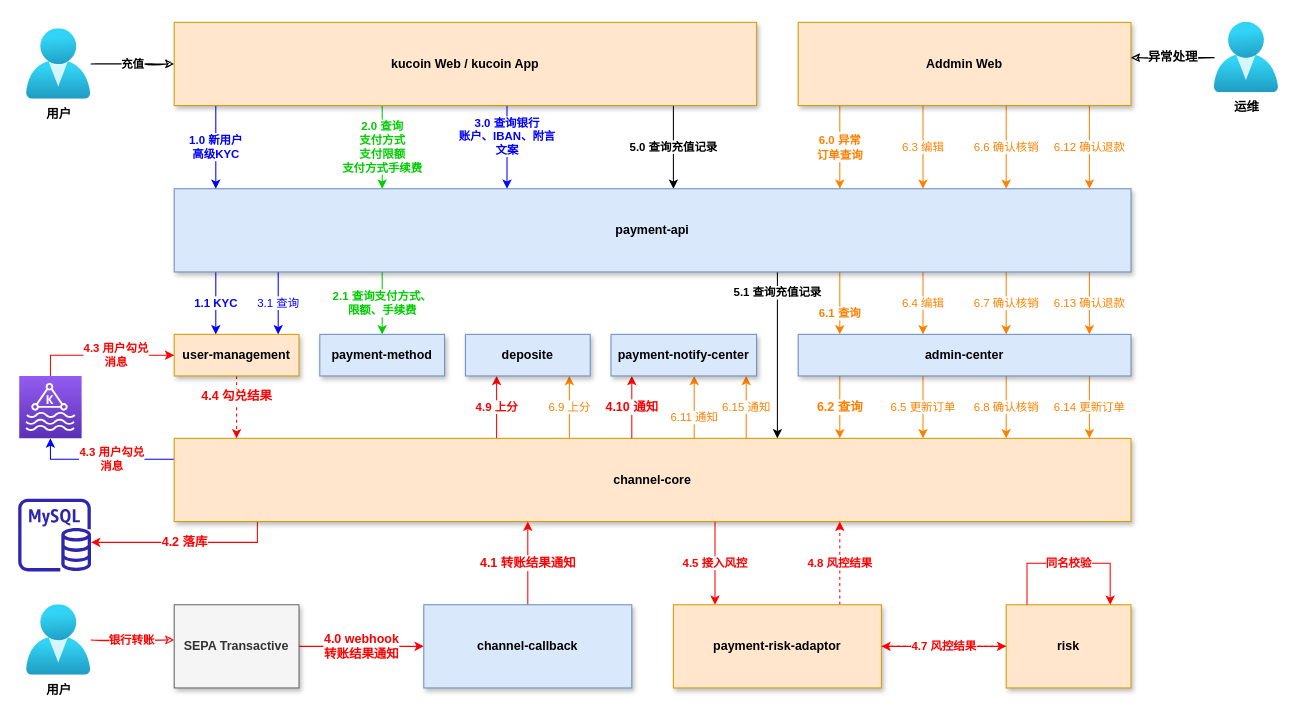
JudeSheng/design keeps this draw.io diagram as page "SEPA 3.0" (4 of 5) of 库珀架构.drawio. Above is the earlier version. Source tidied: cells renumbered, new cells numbered last; positions are measured from the earlier drawing's top-left corner, leaving out a move shared by most shapes. Both pictures are drawn from the tidied source at 104%, with x=0, y=0 at pixel (18, 22).
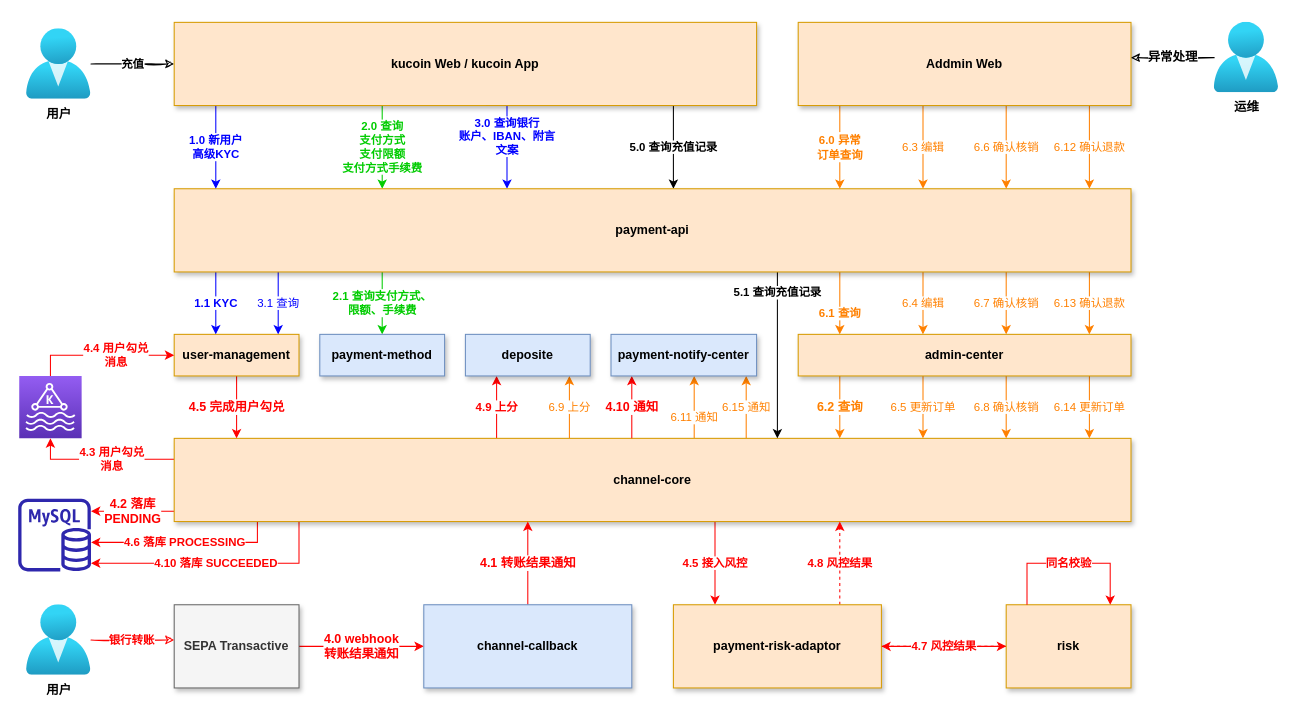
After the change.

Unchanged cells that the change refers to:
```xml
<mxCell id="9" value="channel-core" style="rounded=0;whiteSpace=wrap;html=1;fontStyle=1;fontSize=12;fillColor=#ffe6cc;strokeColor=#d79b00;shadow=1;fontFamily=Helvetica;" parent="1" vertex="1">
  <mxGeometry x="150" y="400" width="920" height="80" as="geometry" />
</mxCell>
<mxCell id="15" value="user-management" style="rounded=0;whiteSpace=wrap;html=1;fontStyle=1;fontSize=12;fillColor=#ffe6cc;strokeColor=#d79b00;shadow=1;fontFamily=Helvetica;" parent="1" vertex="1">
  <mxGeometry x="150" y="300" width="120" height="40" as="geometry" />
</mxCell>
<mxCell id="56" style="sketch=0;outlineConnect=0;fontColor=#232F3E;gradientColor=none;fillColor=#2E27AD;strokeColor=none;dashed=0;verticalLabelPosition=bottom;verticalAlign=top;align=center;html=1;fontSize=12;fontStyle=1;shape=mxgraph.aws4.rds_mysql_instance;rounded=1;shadow=0;glass=0;fillStyle=solid;fontFamily=Helvetica;" parent="1" vertex="1">
  <mxGeometry y="458" width="70" height="70" as="geometry" />
</mxCell>
<mxCell id="58" style="sketch=0;points=[[0,0,0],[0.25,0,0],[0.5,0,0],[0.75,0,0],[1,0,0],[0,1,0],[0.25,1,0],[0.5,1,0],[0.75,1,0],[1,1,0],[0,0.25,0],[0,0.5,0],[0,0.75,0],[1,0.25,0],[1,0.5,0],[1,0.75,0]];outlineConnect=0;fontColor=#232F3E;gradientColor=#945DF2;gradientDirection=north;fillColor=#5A30B5;strokeColor=#ffffff;dashed=0;verticalLabelPosition=bottom;verticalAlign=top;align=center;html=1;fontSize=12;fontStyle=0;shape=mxgraph.aws4.resourceIcon;resIcon=mxgraph.aws4.managed_streaming_for_kafka;" parent="1" vertex="1">
  <mxGeometry x="1" y="340" width="60" height="60" as="geometry" />
</mxCell>
```

Diff of the diagram source:
```diff
@@
-    <mxCell id="4" value="4.2 落库" style="edgeStyle=orthogonalEdgeStyle;rounded=0;sketch=0;jettySize=auto;html=1;shadow=0;fontSize=12;fontColor=#FF0000;endSize=6;strokeColor=#FF0000;strokeWidth=1;fontStyle=1;fontFamily=Helvetica;" parent="1" edge="1" source="9" target="56">
+    <mxCell id="4" value="4.2 落库&lt;br&gt;PENDING" style="edgeStyle=orthogonalEdgeStyle;rounded=0;sketch=0;jettySize=auto;html=1;shadow=0;fontSize=12;fontColor=#FF0000;endSize=6;strokeColor=#FF0000;strokeWidth=1;fontStyle=1;fontFamily=Helvetica;" parent="1" edge="1" source="9" target="56">
       <mxGeometry relative="1" as="geometry">
         <Array as="points">
-          <mxPoint x="230" y="500" />
+          <mxPoint x="110" y="470" />
+          <mxPoint x="110" y="470" />
         </Array>
       </mxGeometry>
     </mxCell>
@@
-    <mxCell id="8" value="&lt;span style=&quot;color: rgb(255, 0, 0); font-weight: 700;&quot;&gt;4.3 用户勾兑&lt;/span&gt;&lt;br style=&quot;color: rgb(255, 0, 0); font-weight: 700;&quot;&gt;&lt;span style=&quot;color: rgb(255, 0, 0); font-weight: 700;&quot;&gt;消息&lt;/span&gt;" style="edgeStyle=orthogonalEdgeStyle;rounded=0;jettySize=auto;html=1;fontColor=#0000FF;strokeColor=#0000FF;" parent="1" edge="1" source="9" target="58">
+    <mxCell id="8" value="&lt;span style=&quot;color: rgb(255, 0, 0); font-weight: 700;&quot;&gt;4.3 用户勾兑&lt;/span&gt;&lt;br style=&quot;color: rgb(255, 0, 0); font-weight: 700;&quot;&gt;&lt;span style=&quot;color: rgb(255, 0, 0); font-weight: 700;&quot;&gt;消息&lt;/span&gt;" style="edgeStyle=orthogonalEdgeStyle;rounded=0;jettySize=auto;html=1;fontColor=#0000FF;strokeColor=#FF0000;" parent="1" edge="1" source="9" target="58">
       <mxGeometry x="-0.14" relative="1" as="geometry">
         <Array as="points">
           <mxPoint x="31" y="420" />
         </Array>
       </mxGeometry>
     </mxCell>
+    <mxCell id="59" value="4.10 落库 SUCCEEDED" style="edgeStyle=orthogonalEdgeStyle;rounded=0;jettySize=auto;html=1;fontColor=#FF0000;strokeColor=#FF0000;fontStyle=1;" parent="1" edge="1" source="9" target="56">
+      <mxGeometry relative="1" as="geometry">
+        <Array as="points">
+          <mxPoint x="270" y="520" />
+        </Array>
+      </mxGeometry>
+    </mxCell>
+    <mxCell id="60" value="&lt;span style=&quot;color: rgb(255, 0, 0);&quot;&gt;4.6 落库 PROCESSING&lt;/span&gt;" style="edgeStyle=orthogonalEdgeStyle;rounded=0;jettySize=auto;html=1;fontColor=#000000;strokeColor=#FF0000;fontStyle=1;" parent="1" edge="1" source="9" target="56">
+      <mxGeometry relative="1" as="geometry">
+        <Array as="points">
+          <mxPoint x="230" y="500" />
+        </Array>
+      </mxGeometry>
+    </mxCell>
@@
-    <mxCell id="14" value="4.4 勾兑结果" style="edgeStyle=orthogonalEdgeStyle;rounded=0;sketch=0;jettySize=auto;html=1;shadow=0;fontSize=12;fontColor=#FF0000;endSize=6;strokeWidth=1;strokeColor=#FF0000;dashed=1;fontStyle=1;fontFamily=Helvetica;" parent="1" edge="1" source="15" target="9">
-      <mxGeometry x="-0.33" relative="1" as="geometry">
+    <mxCell id="14" value="4.5 完成用户勾兑" style="edgeStyle=orthogonalEdgeStyle;rounded=0;sketch=0;jettySize=auto;html=1;shadow=0;fontSize=12;fontColor=#FF0000;endSize=6;strokeWidth=1;strokeColor=#FF0000;fontStyle=1;fontFamily=Helvetica;" parent="1" edge="1" source="15" target="9">
+      <mxGeometry relative="1" as="geometry">
         <Array as="points">
-          <mxPoint x="210" y="370" />
-          <mxPoint x="210" y="370" />
+          <mxPoint x="210" y="380" />
+          <mxPoint x="210" y="380" />
         </Array>
       </mxGeometry>
     </mxCell>
@@
-    <mxCell id="34" value="payment-api" style="rounded=0;whiteSpace=wrap;html=1;fontStyle=1;fontSize=12;fillColor=#dae8fc;strokeColor=#6c8ebf;shadow=1;fontFamily=Helvetica;" parent="1" vertex="1">
+    <mxCell id="34" value="payment-api" style="rounded=0;whiteSpace=wrap;html=1;fontStyle=1;fontSize=12;fillColor=#ffe6cc;strokeColor=#d79b00;shadow=1;fontFamily=Helvetica;" parent="1" vertex="1">
       <mxGeometry x="150" y="160" width="920" height="80" as="geometry" />
     </mxCell>
@@
-    <mxCell id="43" value="admin-center" style="rounded=0;whiteSpace=wrap;html=1;fontStyle=1;fontSize=12;fillColor=#dae8fc;strokeColor=#6c8ebf;shadow=1;fontFamily=Helvetica;" parent="1" vertex="1">
+    <mxCell id="43" value="admin-center" style="rounded=0;whiteSpace=wrap;html=1;fontStyle=1;fontSize=12;fillColor=#ffe6cc;strokeColor=#d79b00;shadow=1;fontFamily=Helvetica;" parent="1" vertex="1">
       <mxGeometry x="750" y="300" width="320" height="40" as="geometry" />
     </mxCell>
@@
-    <mxCell id="55" value="4.3 用户勾兑&lt;br&gt;消息" style="edgeStyle=orthogonalEdgeStyle;rounded=0;jettySize=auto;html=1;fontColor=#FF0000;strokeColor=#FF0000;fontStyle=1;sketch=0;fontFamily=Helvetica;" parent="1" edge="1" source="58" target="15">
+    <mxCell id="55" value="4.4 用户勾兑&lt;br&gt;消息" style="edgeStyle=orthogonalEdgeStyle;rounded=0;jettySize=auto;html=1;fontColor=#FF0000;strokeColor=#FF0000;fontStyle=1;sketch=0;fontFamily=Helvetica;" parent="1" edge="1" source="58" target="15">
       <mxGeometry x="0.19" relative="1" as="geometry">
         <Array as="points">
           <mxPoint x="31" y="320" />
         </Array>
       </mxGeometry>
     </mxCell>
```
